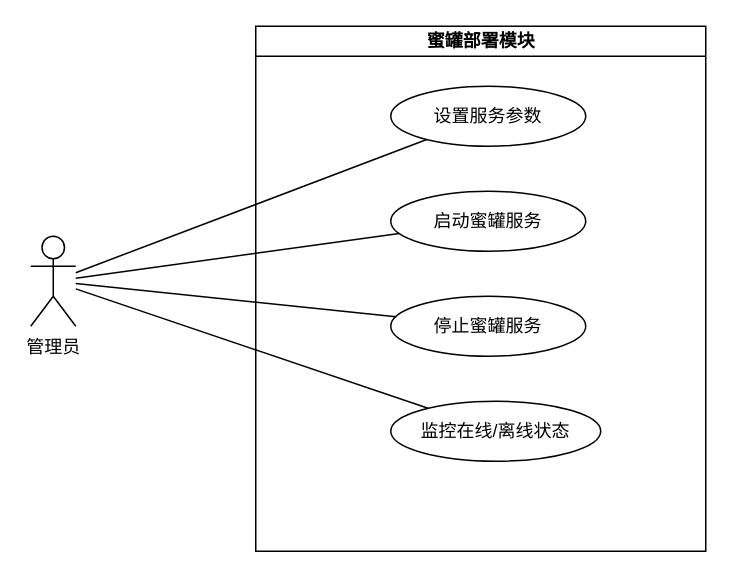
1290288259/miguan keeps this draw.io diagram as 论文/图/用例图/蜜罐部署模块用例图.drawio. Above is the earlier version. Source tidied: cells renumbered, new cells numbered last; positions are measured from the earlier drawing's top-left corner, leaving out a move shared by most shapes. Both pictures are drawn from the tidied source at 150%, with x=0, y=0 at pixel (30, 26).
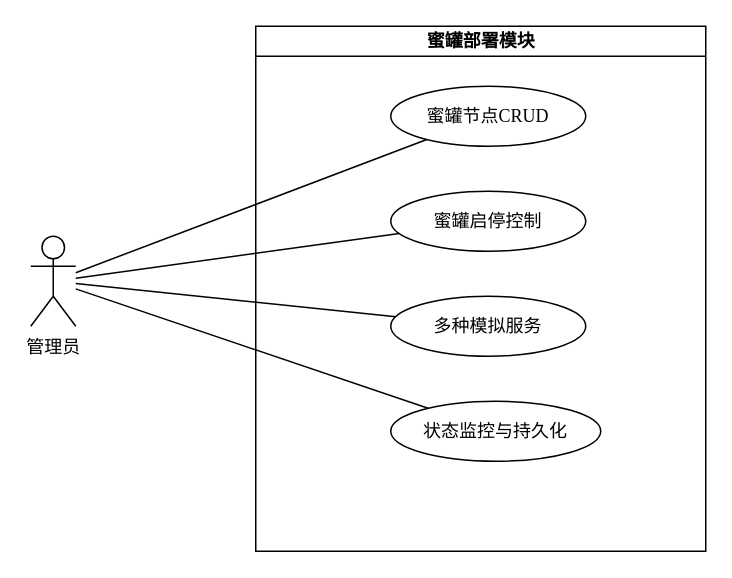
After the change.

Change to the diagram source:
```diff
@@
 <mxGraphModel>
   <root>
     <mxCell id="0" />
     <mxCell id="1" parent="0" />
     <mxCell id="2" value="蜜罐部署模块" style="swimlane;html=1;startSize=20;fillColor=none;" parent="1" vertex="1">
       <mxGeometry x="150" width="300" height="350" as="geometry" />
     </mxCell>
     <mxCell id="3" value="管理员" style="shape=umlActor;verticalLabelPosition=bottom;verticalAlign=top;html=1;outlineConnect=0;" parent="1" vertex="1">
       <mxGeometry y="140" width="30" height="60" as="geometry" />
     </mxCell>
-    <mxCell id="4" value="设置服务参数" style="ellipse;whiteSpace=wrap;html=1;" parent="1" vertex="1">
+    <mxCell id="4" value="&lt;font&gt;&lt;span style=&quot;font-family: 等线;&quot;&gt;蜜罐节点&lt;/span&gt;&lt;span lang=&quot;EN-US&quot; style=&quot;font-family: &amp;quot;Times New Roman&amp;quot;, serif;&quot;&gt;CRUD&lt;/span&gt;&lt;/font&gt;" style="ellipse;whiteSpace=wrap;html=1;" parent="1" vertex="1">
       <mxGeometry x="240" y="40" width="130" height="40" as="geometry" />
     </mxCell>
-    <mxCell id="5" value="启动蜜罐服务" style="ellipse;whiteSpace=wrap;html=1;" parent="1" vertex="1">
+    <mxCell id="5" value="蜜罐启停控制" style="ellipse;whiteSpace=wrap;html=1;" parent="1" vertex="1">
       <mxGeometry x="240" y="110" width="130" height="40" as="geometry" />
     </mxCell>
-    <mxCell id="6" value="停止蜜罐服务" style="ellipse;whiteSpace=wrap;html=1;" parent="1" vertex="1">
+    <mxCell id="6" value="多种模拟服务" style="ellipse;whiteSpace=wrap;html=1;" parent="1" vertex="1">
       <mxGeometry x="240" y="180" width="130" height="40" as="geometry" />
     </mxCell>
-    <mxCell id="7" value="监控在线/离线状态" style="ellipse;whiteSpace=wrap;html=1;" parent="1" vertex="1">
+    <mxCell id="7" value="状态监控与持久化" style="ellipse;whiteSpace=wrap;html=1;" parent="1" vertex="1">
       <mxGeometry x="240" y="250" width="140" height="40" as="geometry" />
     </mxCell>
     <mxCell id="8" style="endArrow=none;html=1;rounded=0;" parent="1" edge="1" source="3" target="4">
       <mxGeometry relative="1" as="geometry" />
     </mxCell>
     <mxCell id="9" style="endArrow=none;html=1;rounded=0;" parent="1" edge="1" source="3" target="5">
       <mxGeometry relative="1" as="geometry" />
     </mxCell>
     <mxCell id="10" style="endArrow=none;html=1;rounded=0;" parent="1" edge="1" source="3" target="6">
       <mxGeometry relative="1" as="geometry" />
     </mxCell>
     <mxCell id="11" style="endArrow=none;html=1;rounded=0;" parent="1" edge="1" source="3" target="7">
       <mxGeometry relative="1" as="geometry" />
     </mxCell>
   </root>
 </mxGraphModel>
```
